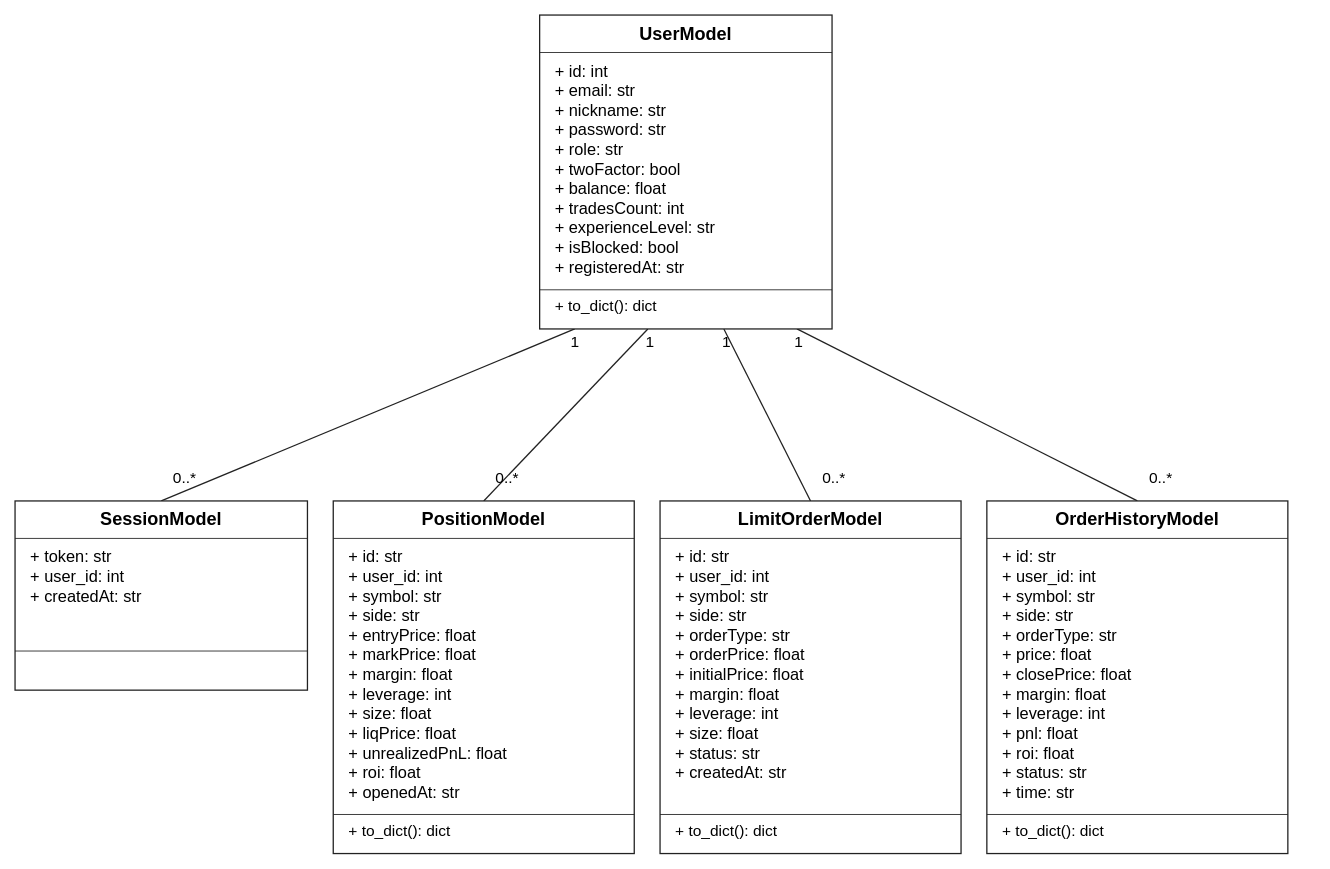
The draw.io diagram page "2 Діаграма класів" (2 of 9) of ByGigaBit_8_діаграм.drawio in Hast1k/bygigabit, before the edit. Source tidied: cells renumbered, new cells numbered last; positions are measured from the earlier drawing's top-left corner, leaving out a move shared by most shapes. Both pictures are drawn from the tidied source at 86%, with x=0, y=0 at pixel (15, 15).
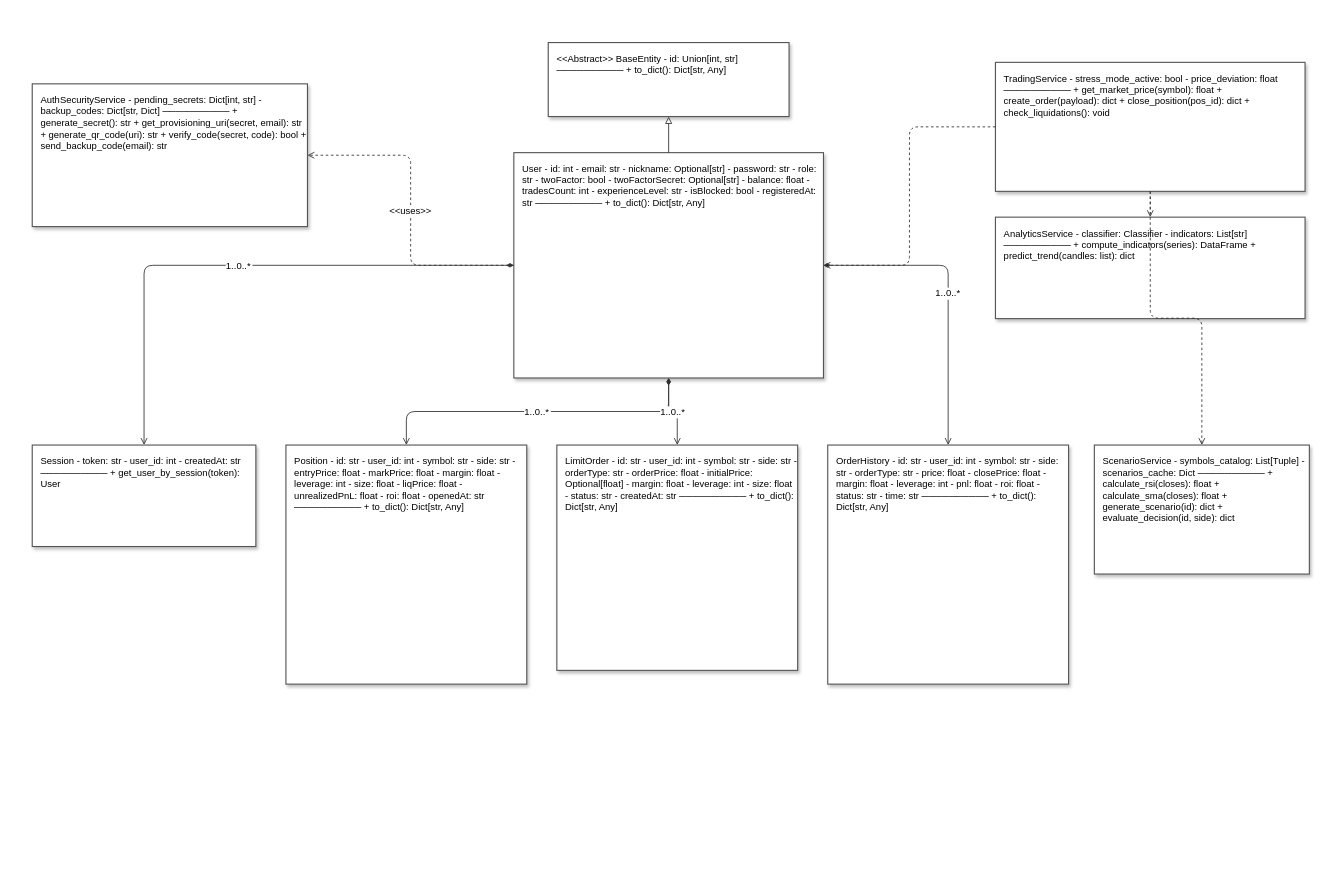
The same diagram, later.

Diff of the diagram source:
```diff
@@
-    <mxCell id="2" style="edgeStyle=none;rounded=0;html=0;fontSize=17;fontFamily=Arial;strokeColor=#222222;strokeWidth=1.5;endArrow=classic;endFill=1;labelBackgroundColor=#ffffff;endArrow=none;exitX=0.12;exitY=1;entryX=0.5;entryY=0;" parent="1" edge="1" source="6" target="12">
-      <mxGeometry relative="1" as="geometry" />
-    </mxCell>
-    <mxCell id="3" style="edgeStyle=none;rounded=0;html=0;fontSize=17;fontFamily=Arial;strokeColor=#222222;strokeWidth=1.5;endArrow=classic;endFill=1;labelBackgroundColor=#ffffff;endArrow=none;exitX=0.37;exitY=1;entryX=0.5;entryY=0;" parent="1" edge="1" source="6" target="18">
-      <mxGeometry relative="1" as="geometry" />
-    </mxCell>
-    <mxCell id="4" style="edgeStyle=none;rounded=0;html=0;fontSize=17;fontFamily=Arial;strokeColor=#222222;strokeWidth=1.5;endArrow=classic;endFill=1;labelBackgroundColor=#ffffff;endArrow=none;exitX=0.63;exitY=1;entryX=0.5;entryY=0;" parent="1" edge="1" source="6" target="24">
-      <mxGeometry relative="1" as="geometry" />
-    </mxCell>
-    <mxCell id="5" style="edgeStyle=none;rounded=0;html=0;fontSize=17;fontFamily=Arial;strokeColor=#222222;strokeWidth=1.5;endArrow=classic;endFill=1;labelBackgroundColor=#ffffff;endArrow=none;exitX=0.88;exitY=1;entryX=0.5;entryY=0;" parent="1" edge="1" source="6" target="30">
-      <mxGeometry relative="1" as="geometry" />
-    </mxCell>
-    <mxCell id="6" style="whiteSpace=wrap;html=0;fontFamily=Arial;fontSize=20;strokeColor=#222222;strokeWidth=1.5;fillColor=#ffffff;" parent="1" vertex="1">
-      <mxGeometry x="610" width="340" height="365" as="geometry" />
-    </mxCell>
-    <mxCell id="7" value="UserModel" style="whiteSpace=wrap;html=0;fontFamily=Arial;fontSize=20;strokeColor=#222222;strokeWidth=1.5;fillColor=#ffffff;strokeColor=none;fillColor=none;fontStyle=1;fontSize=21;" parent="1" vertex="1">
-      <mxGeometry x="610" width="340" height="42" as="geometry" />
-    </mxCell>
-    <mxCell id="8" value="+ id: int&#10;+ email: str&#10;+ nickname: str&#10;+ password: str&#10;+ role: str&#10;+ twoFactor: bool&#10;+ balance: float&#10;+ tradesCount: int&#10;+ experienceLevel: str&#10;+ isBlocked: bool&#10;+ registeredAt: str" style="whiteSpace=wrap;html=0;fontFamily=Arial;fontSize=20;strokeColor=#222222;strokeWidth=1.5;fillColor=#ffffff;strokeColor=none;fillColor=none;align=left;verticalAlign=top;spacingLeft=8;fontSize=19;" parent="1" vertex="1">
-      <mxGeometry x="618" y="48" width="324" height="265" as="geometry" />
-    </mxCell>
-    <mxCell id="9" value="+ to_dict(): dict" style="whiteSpace=wrap;html=0;fontFamily=Arial;fontSize=20;strokeColor=#222222;strokeWidth=1.5;fillColor=#ffffff;strokeColor=none;fillColor=none;align=left;spacingLeft=8;fontSize=18;" parent="1" vertex="1">
-      <mxGeometry x="618" y="321" width="324" height="36" as="geometry" />
-    </mxCell>
-    <mxCell id="10" style="whiteSpace=wrap;html=0;fontFamily=Arial;fontSize=20;strokeColor=#222222;strokeWidth=1.5;fillColor=#ffffff;strokeColor=none;fillColor=#222222;" parent="1" vertex="1">
-      <mxGeometry x="610" y="43" width="340" height="1" as="geometry" />
-    </mxCell>
-    <mxCell id="11" style="whiteSpace=wrap;html=0;fontFamily=Arial;fontSize=20;strokeColor=#222222;strokeWidth=1.5;fillColor=#ffffff;strokeColor=none;fillColor=#222222;" parent="1" vertex="1">
-      <mxGeometry x="610" y="319" width="340" height="1" as="geometry" />
-    </mxCell>
-    <mxCell id="12" style="whiteSpace=wrap;html=0;fontFamily=Arial;fontSize=20;strokeColor=#222222;strokeWidth=1.5;fillColor=#ffffff;" parent="1" vertex="1">
-      <mxGeometry y="565" width="340" height="220" as="geometry" />
-    </mxCell>
-    <mxCell id="13" value="SessionModel" style="whiteSpace=wrap;html=0;fontFamily=Arial;fontSize=20;strokeColor=#222222;strokeWidth=1.5;fillColor=#ffffff;strokeColor=none;fillColor=none;fontStyle=1;fontSize=21;" parent="1" vertex="1">
-      <mxGeometry y="565" width="340" height="42" as="geometry" />
-    </mxCell>
-    <mxCell id="14" value="+ token: str&#10;+ user_id: int&#10;+ createdAt: str" style="whiteSpace=wrap;html=0;fontFamily=Arial;fontSize=20;strokeColor=#222222;strokeWidth=1.5;fillColor=#ffffff;strokeColor=none;fillColor=none;align=left;verticalAlign=top;spacingLeft=8;fontSize=19;" parent="1" vertex="1">
-      <mxGeometry x="8" y="613" width="324" height="120" as="geometry" />
-    </mxCell>
-    <mxCell id="15" style="whiteSpace=wrap;html=0;fontFamily=Arial;fontSize=20;strokeColor=#222222;strokeWidth=1.5;fillColor=#ffffff;strokeColor=none;fillColor=none;align=left;spacingLeft=8;fontSize=18;" parent="1" vertex="1">
-      <mxGeometry x="8" y="741" width="324" height="36" as="geometry" />
-    </mxCell>
-    <mxCell id="16" style="whiteSpace=wrap;html=0;fontFamily=Arial;fontSize=20;strokeColor=#222222;strokeWidth=1.5;fillColor=#ffffff;strokeColor=none;fillColor=#222222;" parent="1" vertex="1">
-      <mxGeometry y="608" width="340" height="1" as="geometry" />
-    </mxCell>
-    <mxCell id="17" style="whiteSpace=wrap;html=0;fontFamily=Arial;fontSize=20;strokeColor=#222222;strokeWidth=1.5;fillColor=#ffffff;strokeColor=none;fillColor=#222222;" parent="1" vertex="1">
-      <mxGeometry y="739" width="340" height="1" as="geometry" />
-    </mxCell>
-    <mxCell id="18" style="whiteSpace=wrap;html=0;fontFamily=Arial;fontSize=20;strokeColor=#222222;strokeWidth=1.5;fillColor=#ffffff;" parent="1" vertex="1">
-      <mxGeometry x="370" y="565" width="350" height="410" as="geometry" />
-    </mxCell>
-    <mxCell id="19" value="PositionModel" style="whiteSpace=wrap;html=0;fontFamily=Arial;fontSize=20;strokeColor=#222222;strokeWidth=1.5;fillColor=#ffffff;strokeColor=none;fillColor=none;fontStyle=1;fontSize=21;" parent="1" vertex="1">
-      <mxGeometry x="370" y="565" width="350" height="42" as="geometry" />
-    </mxCell>
-    <mxCell id="20" value="+ id: str&#10;+ user_id: int&#10;+ symbol: str&#10;+ side: str&#10;+ entryPrice: float&#10;+ markPrice: float&#10;+ margin: float&#10;+ leverage: int&#10;+ size: float&#10;+ liqPrice: float&#10;+ unrealizedPnL: float&#10;+ roi: float&#10;+ openedAt: str" style="whiteSpace=wrap;html=0;fontFamily=Arial;fontSize=20;strokeColor=#222222;strokeWidth=1.5;fillColor=#ffffff;strokeColor=none;fillColor=none;align=left;verticalAlign=top;spacingLeft=8;fontSize=19;" parent="1" vertex="1">
-      <mxGeometry x="378" y="613" width="334" height="310" as="geometry" />
-    </mxCell>
-    <mxCell id="21" value="+ to_dict(): dict" style="whiteSpace=wrap;html=0;fontFamily=Arial;fontSize=20;strokeColor=#222222;strokeWidth=1.5;fillColor=#ffffff;strokeColor=none;fillColor=none;align=left;spacingLeft=8;fontSize=18;" parent="1" vertex="1">
-      <mxGeometry x="378" y="931" width="334" height="36" as="geometry" />
-    </mxCell>
-    <mxCell id="22" style="whiteSpace=wrap;html=0;fontFamily=Arial;fontSize=20;strokeColor=#222222;strokeWidth=1.5;fillColor=#ffffff;strokeColor=none;fillColor=#222222;" parent="1" vertex="1">
-      <mxGeometry x="370" y="608" width="350" height="1" as="geometry" />
-    </mxCell>
-    <mxCell id="23" style="whiteSpace=wrap;html=0;fontFamily=Arial;fontSize=20;strokeColor=#222222;strokeWidth=1.5;fillColor=#ffffff;strokeColor=none;fillColor=#222222;" parent="1" vertex="1">
-      <mxGeometry x="370" y="929" width="350" height="1" as="geometry" />
-    </mxCell>
-    <mxCell id="24" style="whiteSpace=wrap;html=0;fontFamily=Arial;fontSize=20;strokeColor=#222222;strokeWidth=1.5;fillColor=#ffffff;" parent="1" vertex="1">
-      <mxGeometry x="750" y="565" width="350" height="410" as="geometry" />
-    </mxCell>
-    <mxCell id="25" value="LimitOrderModel" style="whiteSpace=wrap;html=0;fontFamily=Arial;fontSize=20;strokeColor=#222222;strokeWidth=1.5;fillColor=#ffffff;strokeColor=none;fillColor=none;fontStyle=1;fontSize=21;" parent="1" vertex="1">
-      <mxGeometry x="750" y="565" width="350" height="42" as="geometry" />
-    </mxCell>
-    <mxCell id="26" value="+ id: str&#10;+ user_id: int&#10;+ symbol: str&#10;+ side: str&#10;+ orderType: str&#10;+ orderPrice: float&#10;+ initialPrice: float&#10;+ margin: float&#10;+ leverage: int&#10;+ size: float&#10;+ status: str&#10;+ createdAt: str" style="whiteSpace=wrap;html=0;fontFamily=Arial;fontSize=20;strokeColor=#222222;strokeWidth=1.5;fillColor=#ffffff;strokeColor=none;fillColor=none;align=left;verticalAlign=top;spacingLeft=8;fontSize=19;" parent="1" vertex="1">
-      <mxGeometry x="758" y="613" width="334" height="310" as="geometry" />
-    </mxCell>
-    <mxCell id="27" value="+ to_dict(): dict" style="whiteSpace=wrap;html=0;fontFamily=Arial;fontSize=20;strokeColor=#222222;strokeWidth=1.5;fillColor=#ffffff;strokeColor=none;fillColor=none;align=left;spacingLeft=8;fontSize=18;" parent="1" vertex="1">
-      <mxGeometry x="758" y="931" width="334" height="36" as="geometry" />
-    </mxCell>
-    <mxCell id="28" style="whiteSpace=wrap;html=0;fontFamily=Arial;fontSize=20;strokeColor=#222222;strokeWidth=1.5;fillColor=#ffffff;strokeColor=none;fillColor=#222222;" parent="1" vertex="1">
-      <mxGeometry x="750" y="608" width="350" height="1" as="geometry" />
-    </mxCell>
-    <mxCell id="29" style="whiteSpace=wrap;html=0;fontFamily=Arial;fontSize=20;strokeColor=#222222;strokeWidth=1.5;fillColor=#ffffff;strokeColor=none;fillColor=#222222;" parent="1" vertex="1">
-      <mxGeometry x="750" y="929" width="350" height="1" as="geometry" />
-    </mxCell>
-    <mxCell id="30" style="whiteSpace=wrap;html=0;fontFamily=Arial;fontSize=20;strokeColor=#222222;strokeWidth=1.5;fillColor=#ffffff;" parent="1" vertex="1">
-      <mxGeometry x="1130" y="565" width="350" height="410" as="geometry" />
-    </mxCell>
-    <mxCell id="31" value="OrderHistoryModel" style="whiteSpace=wrap;html=0;fontFamily=Arial;fontSize=20;strokeColor=#222222;strokeWidth=1.5;fillColor=#ffffff;strokeColor=none;fillColor=none;fontStyle=1;fontSize=21;" parent="1" vertex="1">
-      <mxGeometry x="1130" y="565" width="350" height="42" as="geometry" />
-    </mxCell>
-    <mxCell id="32" value="+ id: str&#10;+ user_id: int&#10;+ symbol: str&#10;+ side: str&#10;+ orderType: str&#10;+ price: float&#10;+ closePrice: float&#10;+ margin: float&#10;+ leverage: int&#10;+ pnl: float&#10;+ roi: float&#10;+ status: str&#10;+ time: str" style="whiteSpace=wrap;html=0;fontFamily=Arial;fontSize=20;strokeColor=#222222;strokeWidth=1.5;fillColor=#ffffff;strokeColor=none;fillColor=none;align=left;verticalAlign=top;spacingLeft=8;fontSize=19;" parent="1" vertex="1">
-      <mxGeometry x="1138" y="613" width="334" height="310" as="geometry" />
-    </mxCell>
-    <mxCell id="33" value="+ to_dict(): dict" style="whiteSpace=wrap;html=0;fontFamily=Arial;fontSize=20;strokeColor=#222222;strokeWidth=1.5;fillColor=#ffffff;strokeColor=none;fillColor=none;align=left;spacingLeft=8;fontSize=18;" parent="1" vertex="1">
-      <mxGeometry x="1138" y="931" width="334" height="36" as="geometry" />
-    </mxCell>
-    <mxCell id="34" style="whiteSpace=wrap;html=0;fontFamily=Arial;fontSize=20;strokeColor=#222222;strokeWidth=1.5;fillColor=#ffffff;strokeColor=none;fillColor=#222222;" parent="1" vertex="1">
-      <mxGeometry x="1130" y="608" width="350" height="1" as="geometry" />
-    </mxCell>
-    <mxCell id="35" style="whiteSpace=wrap;html=0;fontFamily=Arial;fontSize=20;strokeColor=#222222;strokeWidth=1.5;fillColor=#ffffff;strokeColor=none;fillColor=#222222;" parent="1" vertex="1">
-      <mxGeometry x="1130" y="929" width="350" height="1" as="geometry" />
-    </mxCell>
-    <mxCell id="36" value="0..*" style="whiteSpace=wrap;html=0;fontFamily=Arial;fontSize=20;strokeColor=#222222;strokeWidth=1.5;fillColor=#ffffff;strokeColor=none;fillColor=none;fontSize=18;" parent="1" vertex="1">
-      <mxGeometry x="170" y="525" width="55" height="28" as="geometry" />
-    </mxCell>
-    <mxCell id="37" value="0..*" style="whiteSpace=wrap;html=0;fontFamily=Arial;fontSize=20;strokeColor=#222222;strokeWidth=1.5;fillColor=#ffffff;strokeColor=none;fillColor=none;fontSize=18;" parent="1" vertex="1">
-      <mxGeometry x="545" y="525" width="55" height="28" as="geometry" />
-    </mxCell>
-    <mxCell id="38" value="0..*" style="whiteSpace=wrap;html=0;fontFamily=Arial;fontSize=20;strokeColor=#222222;strokeWidth=1.5;fillColor=#ffffff;strokeColor=none;fillColor=none;fontSize=18;" parent="1" vertex="1">
-      <mxGeometry x="925" y="525" width="55" height="28" as="geometry" />
-    </mxCell>
-    <mxCell id="39" value="0..*" style="whiteSpace=wrap;html=0;fontFamily=Arial;fontSize=20;strokeColor=#222222;strokeWidth=1.5;fillColor=#ffffff;strokeColor=none;fillColor=none;fontSize=18;" parent="1" vertex="1">
-      <mxGeometry x="1305" y="525" width="55" height="28" as="geometry" />
-    </mxCell>
-    <mxCell id="40" value="1" style="whiteSpace=wrap;html=0;fontFamily=Arial;fontSize=20;strokeColor=#222222;strokeWidth=1.5;fillColor=#ffffff;strokeColor=none;fillColor=none;fontSize=18;" parent="1" vertex="1">
-      <mxGeometry x="639" y="367" width="25" height="25" as="geometry" />
-    </mxCell>
-    <mxCell id="41" value="1" style="whiteSpace=wrap;html=0;fontFamily=Arial;fontSize=20;strokeColor=#222222;strokeWidth=1.5;fillColor=#ffffff;strokeColor=none;fillColor=none;fontSize=18;" parent="1" vertex="1">
-      <mxGeometry x="726" y="367" width="25" height="25" as="geometry" />
-    </mxCell>
-    <mxCell id="42" value="1" style="whiteSpace=wrap;html=0;fontFamily=Arial;fontSize=20;strokeColor=#222222;strokeWidth=1.5;fillColor=#ffffff;strokeColor=none;fillColor=none;fontSize=18;" parent="1" vertex="1">
-      <mxGeometry x="815" y="367" width="25" height="25" as="geometry" />
-    </mxCell>
-    <mxCell id="43" value="1" style="whiteSpace=wrap;html=0;fontFamily=Arial;fontSize=20;strokeColor=#222222;strokeWidth=1.5;fillColor=#ffffff;strokeColor=none;fillColor=none;fontSize=18;" parent="1" vertex="1">
-      <mxGeometry x="899" y="367" width="25" height="25" as="geometry" />
-    </mxCell>
+    <mxCell id="44" value="&lt;&lt;Abstract&gt;&gt; BaseEntity  - id: Union[int, str] ────────── + to_dict(): Dict[str, Any]" style="rounded=0;whiteSpace=wrap;html=0;fillColor=#ffffff;strokeColor=#555555;strokeWidth=1.3;align=left;verticalAlign=top;spacingLeft=8;spacingTop=6;fontSize=11;shadow=1;" parent="1" vertex="1">
+      <mxGeometry x="620" y="32" width="280" height="86" as="geometry" />
+    </mxCell>
+    <mxCell id="45" value="User  - id: int - email: str - nickname: Optional[str] - password: str - role: str - twoFactor: bool - twoFactorSecret: Optional[str] - balance: float - tradesCount: int - experienceLevel: str - isBlocked: bool - registeredAt: str ────────── + to_dict(): Dict[str, Any]" style="rounded=0;whiteSpace=wrap;html=0;fillColor=#ffffff;strokeColor=#555555;strokeWidth=1.3;align=left;verticalAlign=top;spacingLeft=8;spacingTop=6;fontSize=11;shadow=1;" parent="1" vertex="1">
+      <mxGeometry x="580" y="160" width="360" height="262" as="geometry" />
+    </mxCell>
+    <mxCell id="46" value="Session  - token: str - user_id: int - createdAt: str ────────── + get_user_by_session(token): User" style="rounded=0;whiteSpace=wrap;html=0;fillColor=#ffffff;strokeColor=#555555;strokeWidth=1.3;align=left;verticalAlign=top;spacingLeft=8;spacingTop=6;fontSize=11;shadow=1;" parent="1" vertex="1">
+      <mxGeometry x="20" y="500" width="260" height="118" as="geometry" />
+    </mxCell>
+    <mxCell id="47" value="Position  - id: str - user_id: int - symbol: str - side: str - entryPrice: float - markPrice: float - margin: float - leverage: int - size: float - liqPrice: float - unrealizedPnL: float - roi: float - openedAt: str ────────── + to_dict(): Dict[str, Any]" style="rounded=0;whiteSpace=wrap;html=0;fillColor=#ffffff;strokeColor=#555555;strokeWidth=1.3;align=left;verticalAlign=top;spacingLeft=8;spacingTop=6;fontSize=11;shadow=1;" parent="1" vertex="1">
+      <mxGeometry x="315" y="500" width="280" height="278" as="geometry" />
+    </mxCell>
+    <mxCell id="48" value="LimitOrder  - id: str - user_id: int - symbol: str - side: str - orderType: str - orderPrice: float - initialPrice: Optional[float] - margin: float - leverage: int - size: float - status: str - createdAt: str ────────── + to_dict(): Dict[str, Any]" style="rounded=0;whiteSpace=wrap;html=0;fillColor=#ffffff;strokeColor=#555555;strokeWidth=1.3;align=left;verticalAlign=top;spacingLeft=8;spacingTop=6;fontSize=11;shadow=1;" parent="1" vertex="1">
+      <mxGeometry x="630" y="500" width="280" height="262" as="geometry" />
+    </mxCell>
+    <mxCell id="49" value="OrderHistory  - id: str - user_id: int - symbol: str - side: str - orderType: str - price: float - closePrice: float - margin: float - leverage: int - pnl: float - roi: float - status: str - time: str ────────── + to_dict(): Dict[str, Any]" style="rounded=0;whiteSpace=wrap;html=0;fillColor=#ffffff;strokeColor=#555555;strokeWidth=1.3;align=left;verticalAlign=top;spacingLeft=8;spacingTop=6;fontSize=11;shadow=1;" parent="1" vertex="1">
+      <mxGeometry x="945" y="500" width="280" height="278" as="geometry" />
+    </mxCell>
+    <mxCell id="50" value="AuthSecurityService  - pending_secrets: Dict[int, str] - backup_codes: Dict[str, Dict] ────────── + generate_secret(): str + get_provisioning_uri(secret, email): str + generate_qr_code(uri): str + verify_code(secret, code): bool + send_backup_code(email): str" style="rounded=0;whiteSpace=wrap;html=0;fillColor=#ffffff;strokeColor=#555555;strokeWidth=1.3;align=left;verticalAlign=top;spacingLeft=8;spacingTop=6;fontSize=11;shadow=1;" parent="1" vertex="1">
+      <mxGeometry x="20" y="80" width="320" height="166" as="geometry" />
+    </mxCell>
+    <mxCell id="51" value="TradingService  - stress_mode_active: bool - price_deviation: float ────────── + get_market_price(symbol): float + create_order(payload): dict + close_position(pos_id): dict + check_liquidations(): void" style="rounded=0;whiteSpace=wrap;html=0;fillColor=#ffffff;strokeColor=#555555;strokeWidth=1.3;align=left;verticalAlign=top;spacingLeft=8;spacingTop=6;fontSize=11;shadow=1;" parent="1" vertex="1">
+      <mxGeometry x="1140" y="55" width="360" height="150" as="geometry" />
+    </mxCell>
+    <mxCell id="52" value="AnalyticsService  - classifier: Classifier - indicators: List[str] ────────── + compute_indicators(series): DataFrame + predict_trend(candles: list): dict" style="rounded=0;whiteSpace=wrap;html=0;fillColor=#ffffff;strokeColor=#555555;strokeWidth=1.3;align=left;verticalAlign=top;spacingLeft=8;spacingTop=6;fontSize=11;shadow=1;" parent="1" vertex="1">
+      <mxGeometry x="1140" y="235" width="360" height="118" as="geometry" />
+    </mxCell>
+    <mxCell id="53" value="ScenarioService  - symbols_catalog: List[Tuple] - scenarios_cache: Dict ────────── + calculate_rsi(closes): float + calculate_sma(closes): float + generate_scenario(id): dict + evaluate_decision(id, side): dict" style="rounded=0;whiteSpace=wrap;html=0;fillColor=#ffffff;strokeColor=#555555;strokeWidth=1.3;align=left;verticalAlign=top;spacingLeft=8;spacingTop=6;fontSize=11;shadow=1;" parent="1" vertex="1">
+      <mxGeometry x="1255" y="500" width="250" height="150" as="geometry" />
+    </mxCell>
+    <mxCell id="54" style="edgeStyle=orthogonalEdgeStyle;endArrow=block;endFill=0;strokeColor=#333333;" parent="1" edge="1" source="45" target="44">
+      <mxGeometry relative="1" as="geometry" />
+    </mxCell>
+    <mxCell id="55" value="1..0..*" style="edgeStyle=orthogonalEdgeStyle;startArrow=diamondThin;startFill=1;endArrow=open;endFill=0;strokeColor=#333333;" parent="1" edge="1" source="45" target="46">
+      <mxGeometry relative="1" as="geometry" />
+    </mxCell>
+    <mxCell id="56" value="1..0..*" style="edgeStyle=orthogonalEdgeStyle;startArrow=diamondThin;startFill=1;endArrow=open;endFill=0;strokeColor=#333333;" parent="1" edge="1" source="45" target="47">
+      <mxGeometry relative="1" as="geometry" />
+    </mxCell>
+    <mxCell id="57" value="1..0..*" style="edgeStyle=orthogonalEdgeStyle;startArrow=diamondThin;startFill=1;endArrow=open;endFill=0;strokeColor=#333333;" parent="1" edge="1" source="45" target="48">
+      <mxGeometry relative="1" as="geometry" />
+    </mxCell>
+    <mxCell id="58" value="1..0..*" style="edgeStyle=orthogonalEdgeStyle;startArrow=diamondThin;startFill=1;endArrow=open;endFill=0;strokeColor=#333333;" parent="1" edge="1" source="45" target="49">
+      <mxGeometry relative="1" as="geometry" />
+    </mxCell>
+    <mxCell id="59" value="&lt;&lt;uses&gt;&gt;" style="edgeStyle=orthogonalEdgeStyle;dashed=1;endArrow=open;endFill=0;strokeColor=#333333;" parent="1" edge="1" source="45" target="50">
+      <mxGeometry relative="1" as="geometry" />
+    </mxCell>
+    <mxCell id="60" style="edgeStyle=orthogonalEdgeStyle;dashed=1;endArrow=open;endFill=0;strokeColor=#333333;" parent="1" edge="1" source="51" target="45">
+      <mxGeometry relative="1" as="geometry" />
+    </mxCell>
+    <mxCell id="61" style="edgeStyle=orthogonalEdgeStyle;dashed=1;endArrow=open;endFill=0;strokeColor=#333333;" parent="1" edge="1" source="51" target="52">
+      <mxGeometry relative="1" as="geometry" />
+    </mxCell>
+    <mxCell id="62" style="edgeStyle=orthogonalEdgeStyle;dashed=1;endArrow=open;endFill=0;strokeColor=#333333;" parent="1" edge="1" source="51" target="53">
+      <mxGeometry relative="1" as="geometry" />
+    </mxCell>
```
